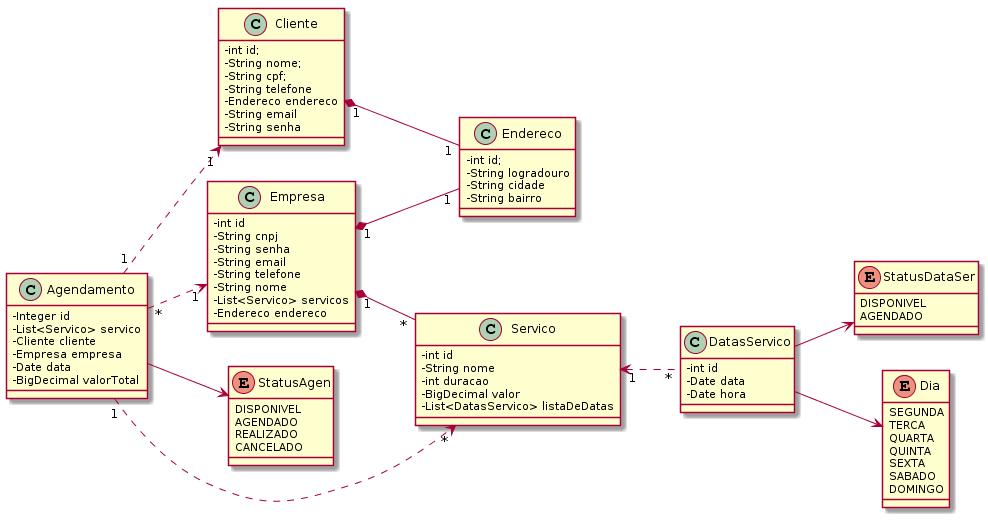
Earlier version of the PlantUML export docs/uml/Diagrama-De-Classe-PetShop.png (ifpe-cti/petpalacy).
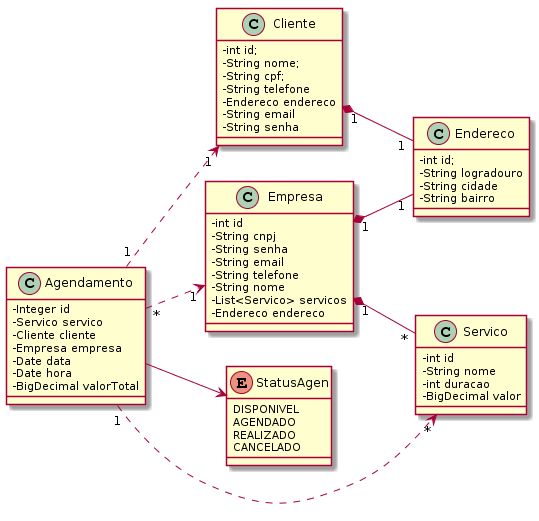
Above is the later version.

Commit message:
Diagrama refeito

What changed in the source:
```diff
@@ -25,39 +25,23 @@
     -String nome
     -int duracao
     -BigDecimal valor
-    -List<DatasServico> listaDeDatas
 }
-class DatasServico{
--int id
--Date data
--Date hora
-}
+
 enum StatusAgen{
     DISPONIVEL
     AGENDADO
     REALIZADO
     CANCELADO
 }
-enum StatusDataSer{
-    DISPONIVEL
-    AGENDADO
-}
-enum Dia{
-    SEGUNDA
-    TERCA
-    QUARTA
-    QUINTA
-    SEXTA
-    SABADO
-    DOMINGO
-}
+
 
 class Agendamento {
     -Integer id
-    -List<Servico> servico
+    -Servico servico
     -Cliente cliente
     -Empresa empresa
     -Date data
+    -Date hora
     -BigDecimal valorTotal
 }
 
@@ -78,8 +62,5 @@
 Agendamento "*" ..> "1" Empresa
 Agendamento "1" ..> "1" Cliente
 Agendamento "1" ..> "*" Servico
-Servico "1" <.. "*" DatasServico
-DatasServico --> Dia
-DatasServico --> StatusDataSer
 Agendamento --> StatusAgen
 @enduml
```
